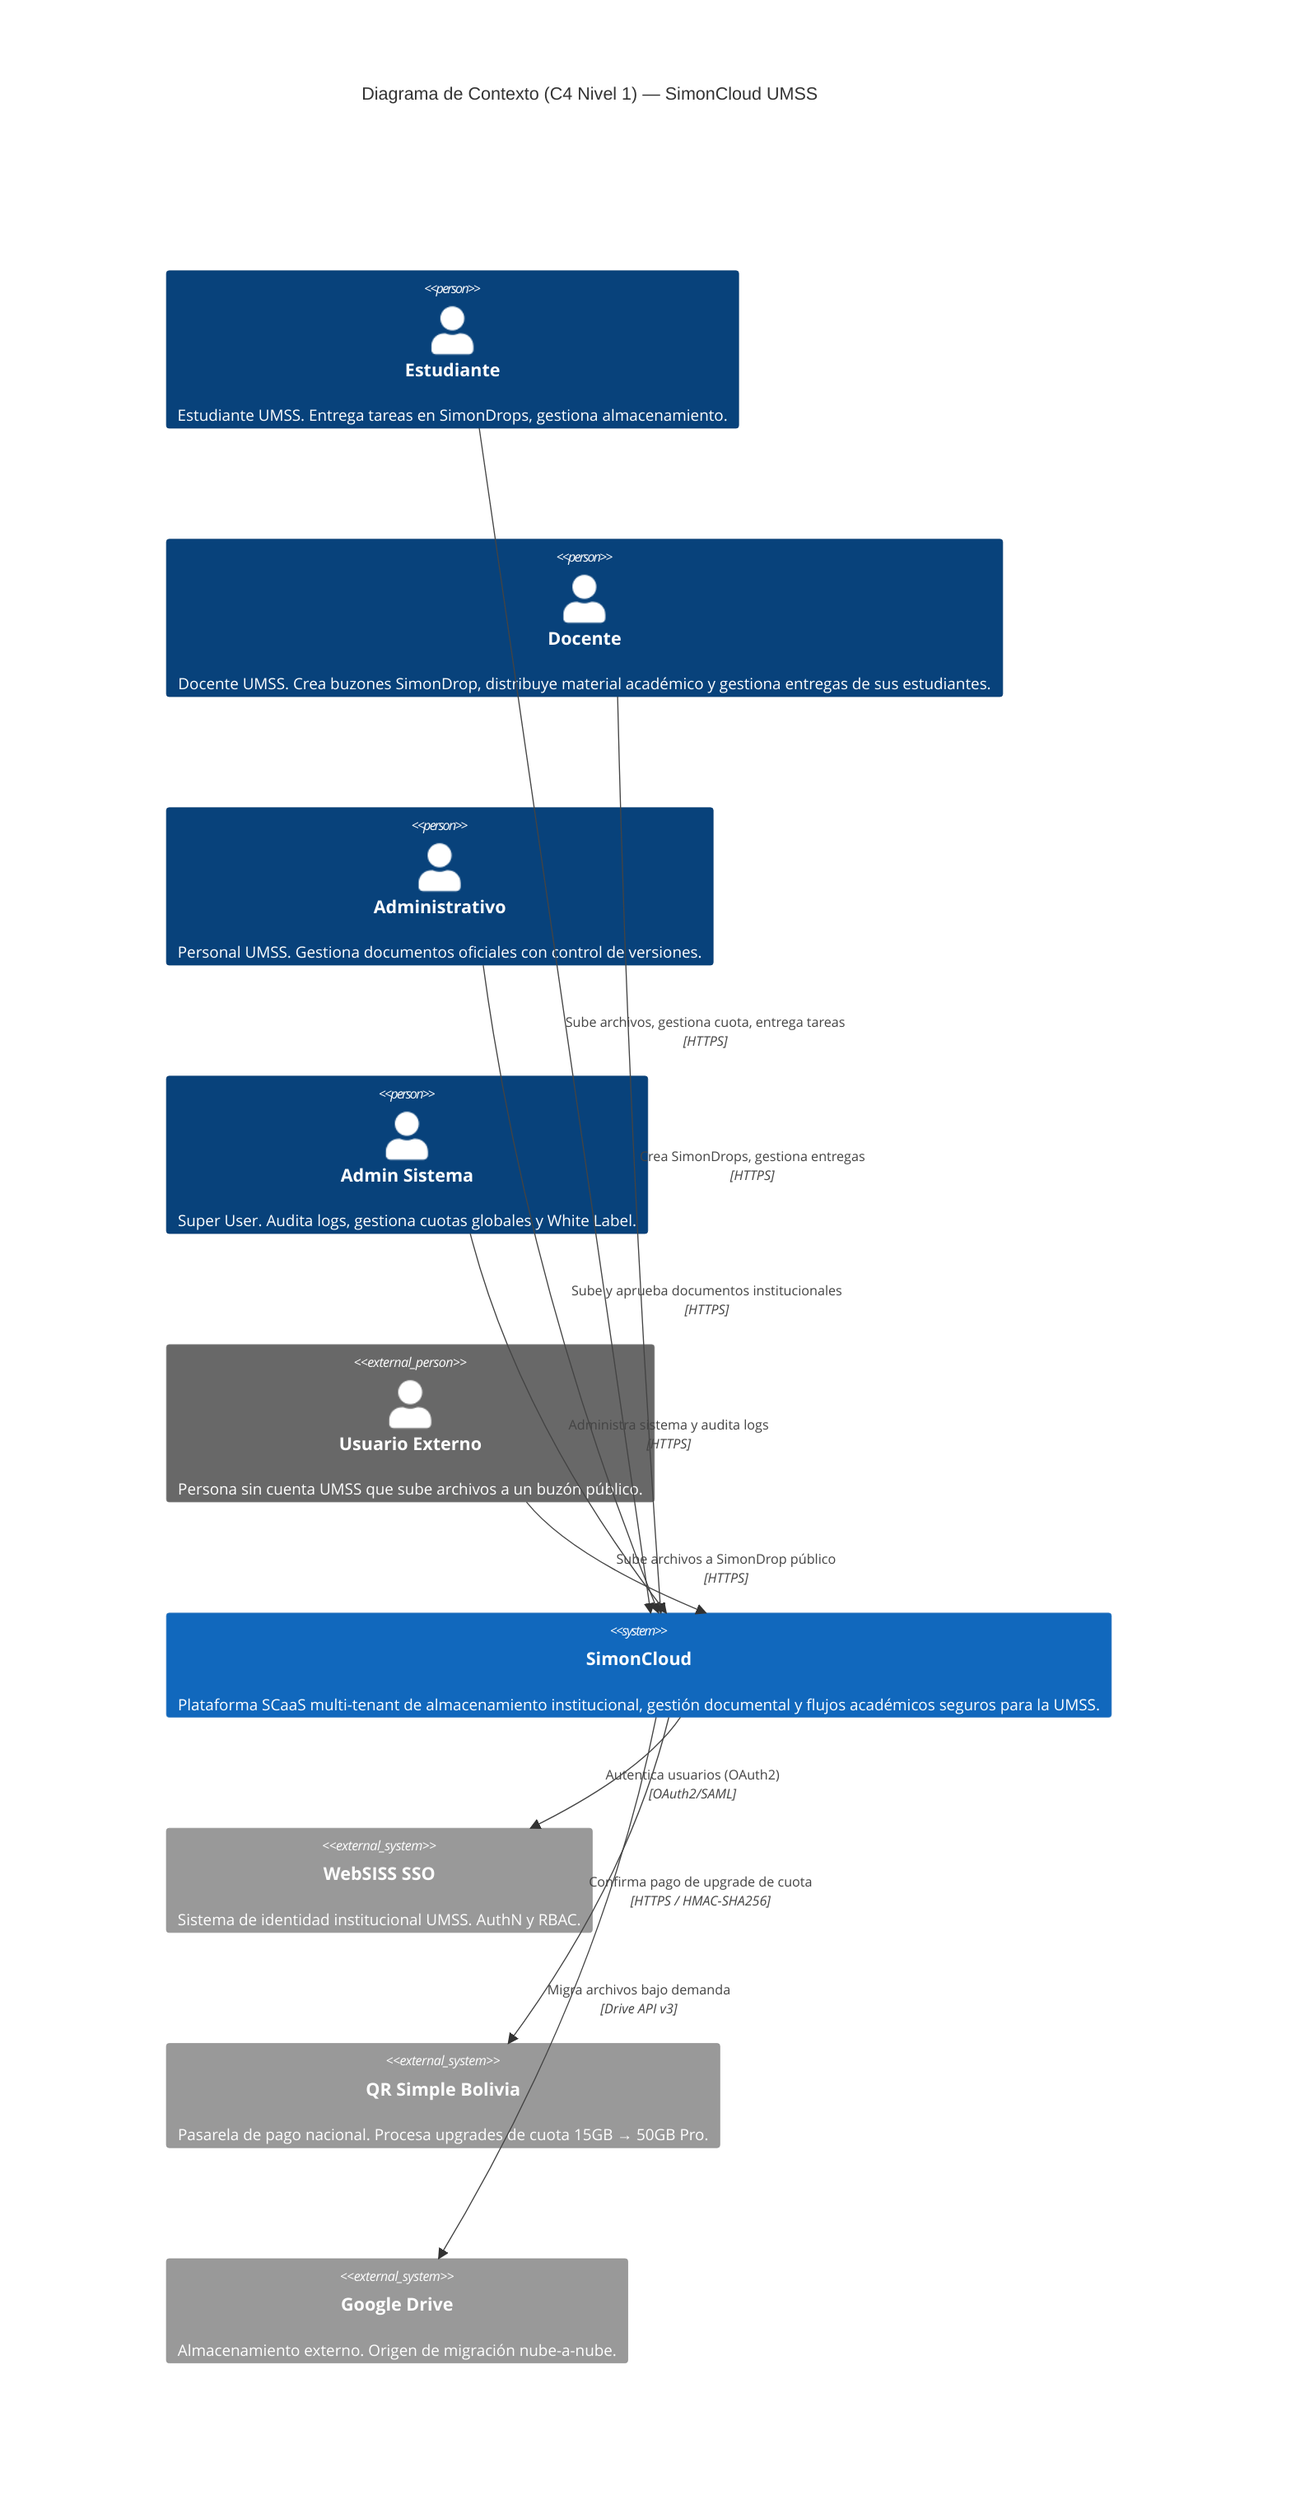
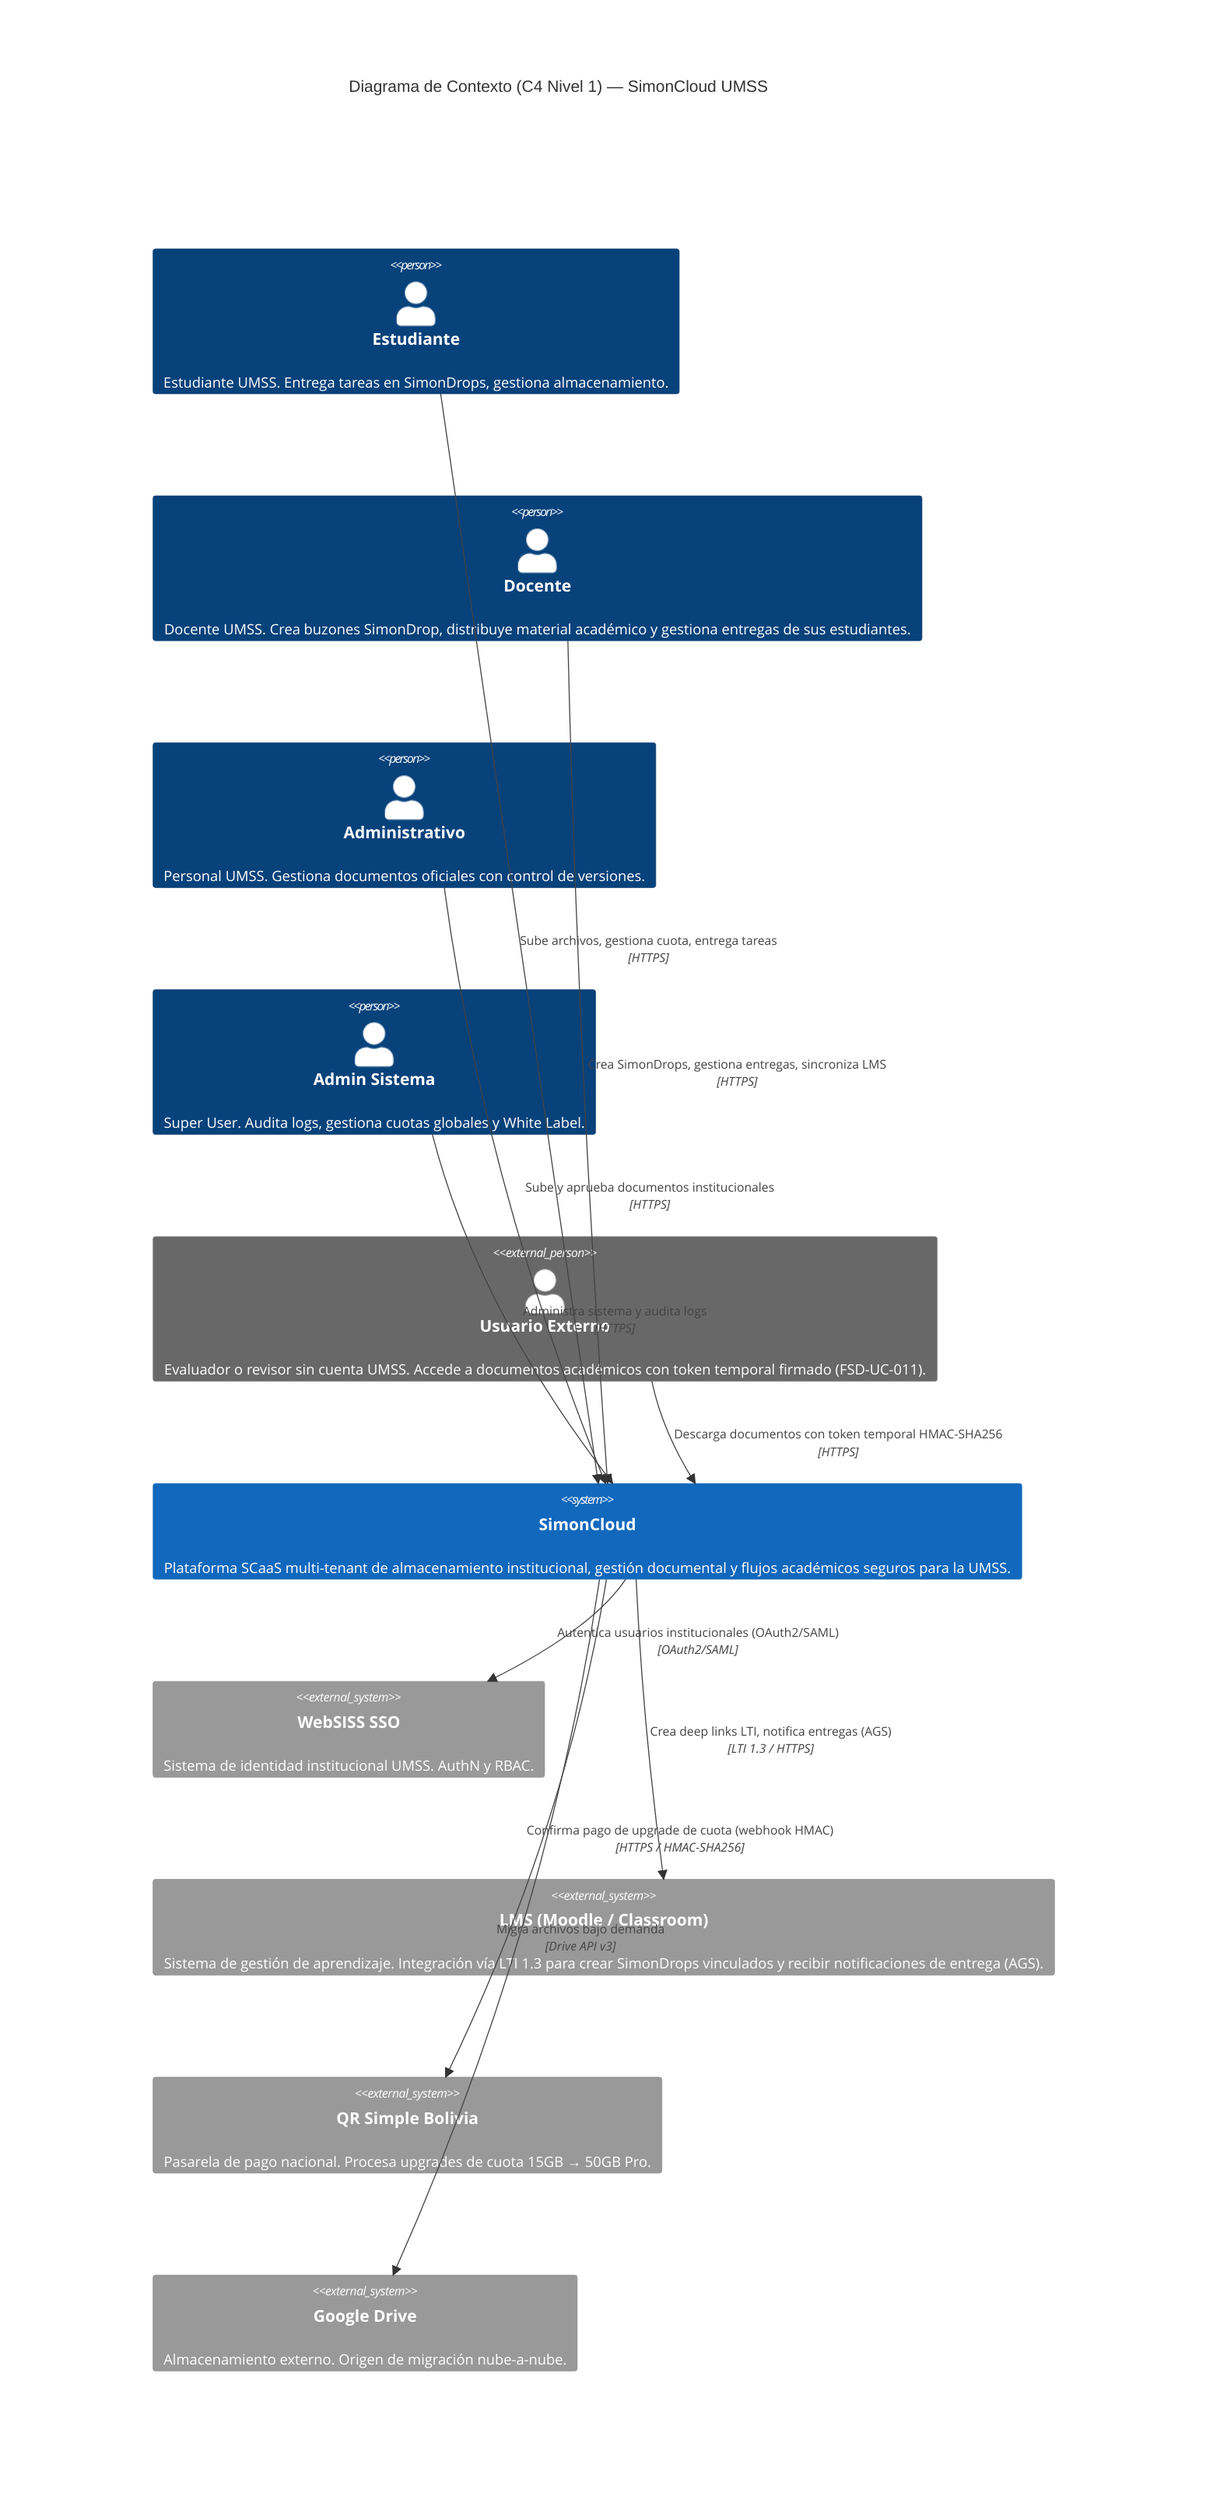
---
title: "C4 Nivel 1 — Contexto del Sistema SimonCloud"
---
C4Context
title Diagrama de Contexto (C4 Nivel 1) — SimonCloud UMSS

Person(estudiante, "Estudiante", "Estudiante UMSS. Entrega tareas en SimonDrops, gestiona almacenamiento.")
Person(docente, "Docente", "Docente UMSS. Crea buzones SimonDrop, distribuye material académico y gestiona entregas de sus estudiantes.")
Person(administrativo, "Administrativo", "Personal UMSS. Gestiona documentos oficiales con control de versiones.")
Person(admin_sistema, "Admin Sistema", "Super User. Audita logs, gestiona cuotas globales y White Label.")
- Person_Ext(externo, "Usuario Externo", "Persona sin cuenta UMSS que sube archivos a un buzón público.")
+ Person_Ext(externo, "Usuario Externo", "Evaluador o revisor sin cuenta UMSS. Accede a documentos académicos con token temporal firmado (FSD-UC-011).")

System(simoncloud, "SimonCloud", "Plataforma SCaaS multi-tenant de almacenamiento institucional, gestión documental y flujos académicos seguros para la UMSS.")

System_Ext(websiss, "WebSISS SSO", "Sistema de identidad institucional UMSS. AuthN y RBAC.")
+ System_Ext(lms, "LMS (Moodle / Classroom)", "Sistema de gestión de aprendizaje. Integración vía LTI 1.3 para crear SimonDrops vinculados y recibir notificaciones de entrega (AGS).")
System_Ext(qrsimple, "QR Simple Bolivia", "Pasarela de pago nacional. Procesa upgrades de cuota 15GB → 50GB Pro.")
System_Ext(google_drive, "Google Drive", "Almacenamiento externo. Origen de migración nube-a-nube.")

Rel(estudiante, simoncloud, "Sube archivos, gestiona cuota, entrega tareas", "HTTPS")
- Rel(docente, simoncloud, "Crea SimonDrops, gestiona entregas", "HTTPS")
+ Rel(docente, simoncloud, "Crea SimonDrops, gestiona entregas, sincroniza LMS", "HTTPS")
Rel(administrativo, simoncloud, "Sube y aprueba documentos institucionales", "HTTPS")
Rel(admin_sistema, simoncloud, "Administra sistema y audita logs", "HTTPS")
- Rel(externo, simoncloud, "Sube archivos a SimonDrop público", "HTTPS")
- Rel(simoncloud, websiss, "Autentica usuarios (OAuth2)", "OAuth2/SAML")
- Rel(simoncloud, qrsimple, "Confirma pago de upgrade de cuota", "HTTPS / HMAC-SHA256")
+ Rel(externo, simoncloud, "Descarga documentos con token temporal HMAC-SHA256", "HTTPS")
+ Rel(simoncloud, websiss, "Autentica usuarios institucionales (OAuth2/SAML)", "OAuth2/SAML")
+ Rel(simoncloud, lms, "Crea deep links LTI, notifica entregas (AGS)", "LTI 1.3 / HTTPS")
+ Rel(simoncloud, qrsimple, "Confirma pago de upgrade de cuota (webhook HMAC)", "HTTPS / HMAC-SHA256")
Rel(simoncloud, google_drive, "Migra archivos bajo demanda", "Drive API v3")
